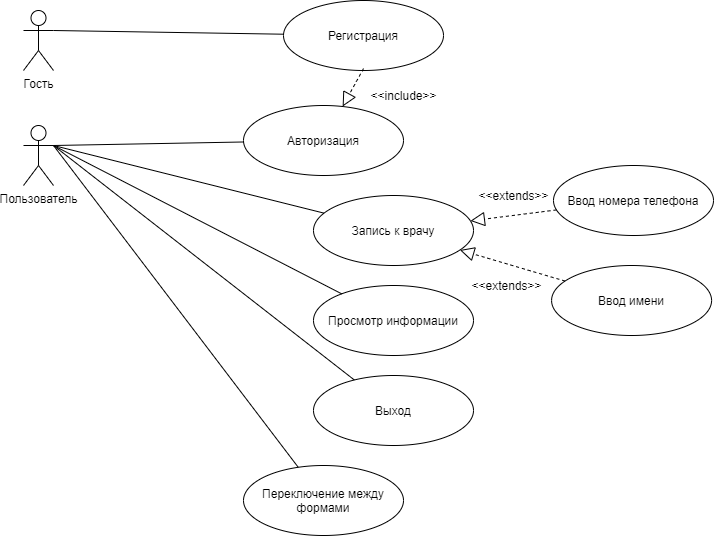
This is Схемы/Варианты использования.png from Comatoznik/hey_bro_nice_code, a draw.io export, as it was before one commit. Source tidied: cells renumbered, new cells last; positions are measured from the earlier drawing's top-left corner, leaving out a move shared by most shapes.
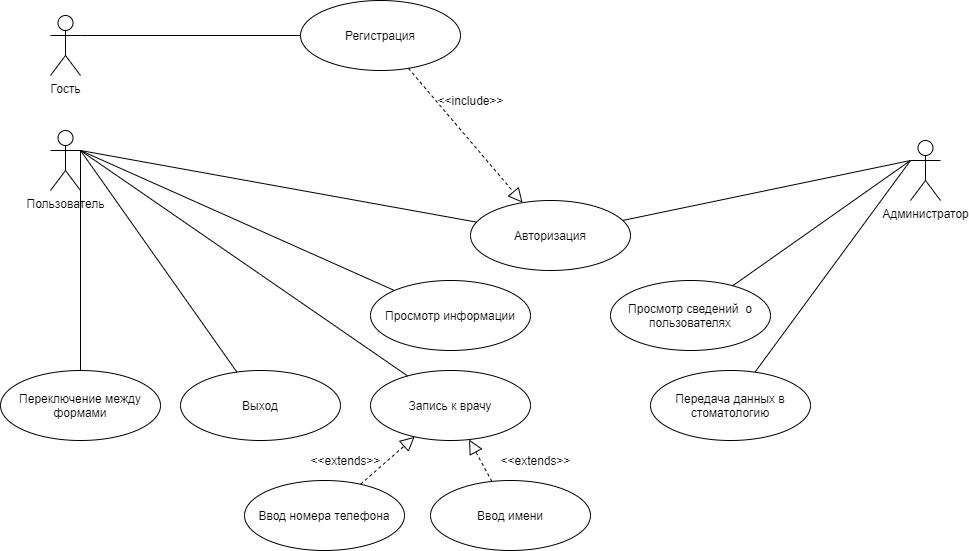
Above is the later version.

Diff of the diagram source:
```diff
@@ -9,39 +9,37 @@
       <mxGeometry relative="1" as="geometry" />
     </mxCell>
     <mxCell id="4" value="Регистрация" style="ellipse;whiteSpace=wrap;html=1;" parent="1" vertex="1">
-      <mxGeometry x="260" width="160" height="70" as="geometry" />
+      <mxGeometry x="250" y="-5" width="160" height="70" as="geometry" />
     </mxCell>
     <mxCell id="5" value="Пользователь" style="shape=umlActor;verticalLabelPosition=bottom;verticalAlign=top;html=1;outlineConnect=0;" parent="1" vertex="1">
       <mxGeometry y="125" width="30" height="60" as="geometry" />
     </mxCell>
     <mxCell id="6" value="Просмотр информации" style="ellipse;whiteSpace=wrap;html=1;" parent="1" vertex="1">
-      <mxGeometry x="290" y="285" width="160" height="70" as="geometry" />
+      <mxGeometry x="320" y="275" width="160" height="70" as="geometry" />
     </mxCell>
     <mxCell id="7" value="Выход" style="ellipse;whiteSpace=wrap;html=1;" parent="1" vertex="1">
-      <mxGeometry x="290" y="375" width="160" height="70" as="geometry" />
+      <mxGeometry x="130" y="365" width="160" height="70" as="geometry" />
     </mxCell>
     <mxCell id="8" value="Переключение между формами" style="ellipse;whiteSpace=wrap;html=1;" parent="1" vertex="1">
-      <mxGeometry x="220" y="465" width="160" height="70" as="geometry" />
+      <mxGeometry x="-50" y="365" width="160" height="70" as="geometry" />
     </mxCell>
     <mxCell id="9" value="&amp;lt;&amp;lt;include&amp;gt;&amp;gt;" style="text;html=1;align=center;verticalAlign=middle;" parent="1" vertex="1">
-      <mxGeometry x="340" y="85" width="80" height="20" as="geometry" />
+      <mxGeometry x="380" y="85" width="80" height="20" as="geometry" />
     </mxCell>
     <mxCell id="10" value="Авторизация" style="ellipse;whiteSpace=wrap;html=1;" parent="1" vertex="1">
-      <mxGeometry x="220" y="105" width="160" height="70" as="geometry" />
+      <mxGeometry x="420" y="195" width="160" height="70" as="geometry" />
     </mxCell>
     <mxCell id="11" style="endArrow=none;html=1;exitX=1;exitY=0.3333333333333333;exitDx=0;exitDy=0;exitPerimeter=0;" parent="1" edge="1" source="5" target="10">
       <mxGeometry relative="1" as="geometry" />
     </mxCell>
-    <mxCell id="12" style="endArrow=block;dashed=1;endFill=0;endSize=12;html=1;exitX=0;exitY=1;exitDx=0;exitDy=0;" parent="1" edge="1" target="10">
-      <mxGeometry relative="1" as="geometry">
-        <mxPoint x="340" y="68" as="sourcePoint" />
-      </mxGeometry>
+    <mxCell id="12" style="endArrow=block;dashed=1;endFill=0;endSize=12;html=1;" parent="1" edge="1" source="4" target="10">
+      <mxGeometry relative="1" as="geometry" />
     </mxCell>
     <mxCell id="13" value="Запись к врачу" style="ellipse;whiteSpace=wrap;html=1;" parent="1" vertex="1">
-      <mxGeometry x="290" y="195" width="160" height="70" as="geometry" />
+      <mxGeometry x="320" y="365" width="160" height="70" as="geometry" />
     </mxCell>
     <mxCell id="14" value="Ввод номера телефона" style="ellipse;whiteSpace=wrap;html=1;" parent="1" vertex="1">
-      <mxGeometry x="530" y="165" width="160" height="70" as="geometry" />
+      <mxGeometry x="194" y="475" width="160" height="70" as="geometry" />
     </mxCell>
     <mxCell id="15" style="endArrow=none;html=1;" parent="1" edge="1" target="6">
       <mxGeometry relative="1" as="geometry">
@@ -61,16 +59,34 @@
       <mxGeometry relative="1" as="geometry" />
     </mxCell>
     <mxCell id="20" value="&amp;lt;&amp;lt;extends&amp;gt;&amp;gt;" style="text;html=1;align=center;verticalAlign=middle;" parent="1" vertex="1">
-      <mxGeometry x="445" y="185" width="90" height="20" as="geometry" />
+      <mxGeometry x="250" y="445" width="90" height="20" as="geometry" />
     </mxCell>
     <mxCell id="21" value="Ввод имени" style="ellipse;whiteSpace=wrap;html=1;" parent="1" vertex="1">
-      <mxGeometry x="528.1" y="265" width="160" height="70" as="geometry" />
+      <mxGeometry x="380" y="475" width="160" height="70" as="geometry" />
     </mxCell>
     <mxCell id="22" style="endArrow=block;dashed=1;endFill=0;endSize=12;html=1;" parent="1" edge="1" source="21" target="13">
       <mxGeometry relative="1" as="geometry" />
     </mxCell>
     <mxCell id="23" value="&amp;lt;&amp;lt;extends&amp;gt;&amp;gt;" style="text;html=1;align=center;verticalAlign=middle;" parent="1" vertex="1">
-      <mxGeometry x="438.1" y="275" width="90" height="20" as="geometry" />
+      <mxGeometry x="440" y="445" width="90" height="20" as="geometry" />
     </mxCell>
+    <mxCell id="24" value="Администратор" style="shape=umlActor;verticalLabelPosition=bottom;verticalAlign=top;html=1;outlineConnect=0;" parent="1" vertex="1">
+      <mxGeometry x="860" y="135" width="30" height="60" as="geometry" />
+    </mxCell>
+    <mxCell id="25" style="endArrow=none;html=1;exitX=0;exitY=0.3333333333333333;exitDx=0;exitDy=0;exitPerimeter=0;" parent="1" edge="1" source="24" target="10">
+      <mxGeometry relative="1" as="geometry" />
+    </mxCell>
+    <mxCell id="26" value="Просмотр сведений&amp;nbsp; о пользователях" style="ellipse;whiteSpace=wrap;html=1;" parent="1" vertex="1">
+      <mxGeometry x="560" y="275" width="160" height="70" as="geometry" />
+    </mxCell>
+    <mxCell id="27" style="endArrow=none;html=1;exitX=0;exitY=0.3333333333333333;exitDx=0;exitDy=0;exitPerimeter=0;" parent="1" edge="1" source="24" target="26">
+      <mxGeometry relative="1" as="geometry" />
+    </mxCell>
+    <mxCell id="28" style="endArrow=none;html=1;exitX=0;exitY=0.3333333333333333;exitDx=0;exitDy=0;exitPerimeter=0;" parent="1" edge="1" source="24" target="29">
+      <mxGeometry relative="1" as="geometry" />
+    </mxCell>
+    <mxCell id="29" value="Передача данных в стоматологию" style="ellipse;whiteSpace=wrap;html=1;" parent="1" vertex="1">
+      <mxGeometry x="600" y="365" width="160" height="70" as="geometry" />
+    </mxCell>
   </root>
 </mxGraphModel>
```
